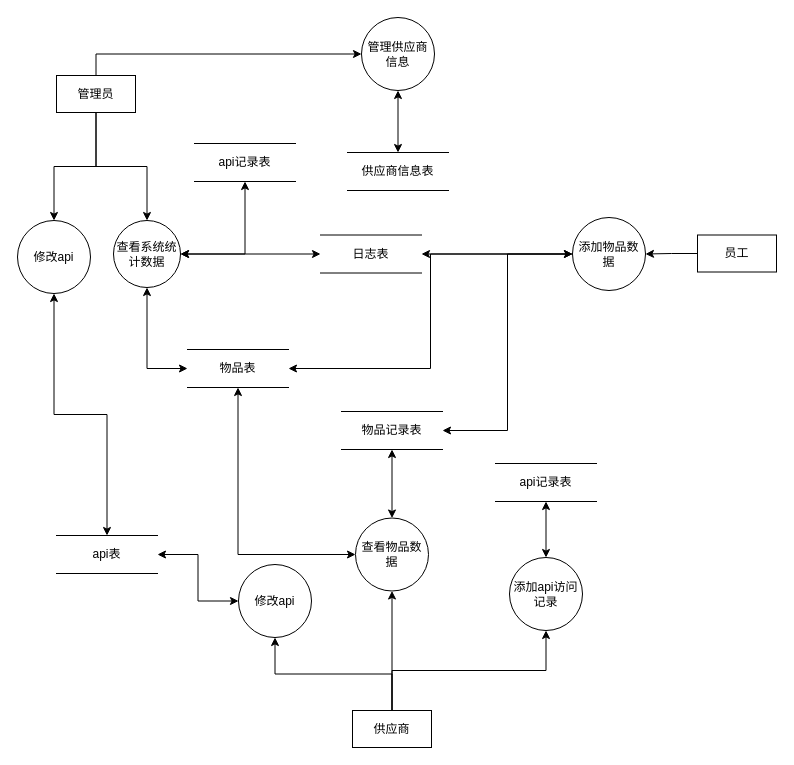
kehaha-5/drawio keeps this draw.io diagram as save/系统数据流图.drawio. Above is the earlier version. Source tidied: cells renumbered, new cells numbered last; positions are measured from the earlier drawing's top-left corner, leaving out a move shared by most shapes. Both pictures are drawn from the tidied source at 100%, with x=0, y=0 at pixel (17, 17).
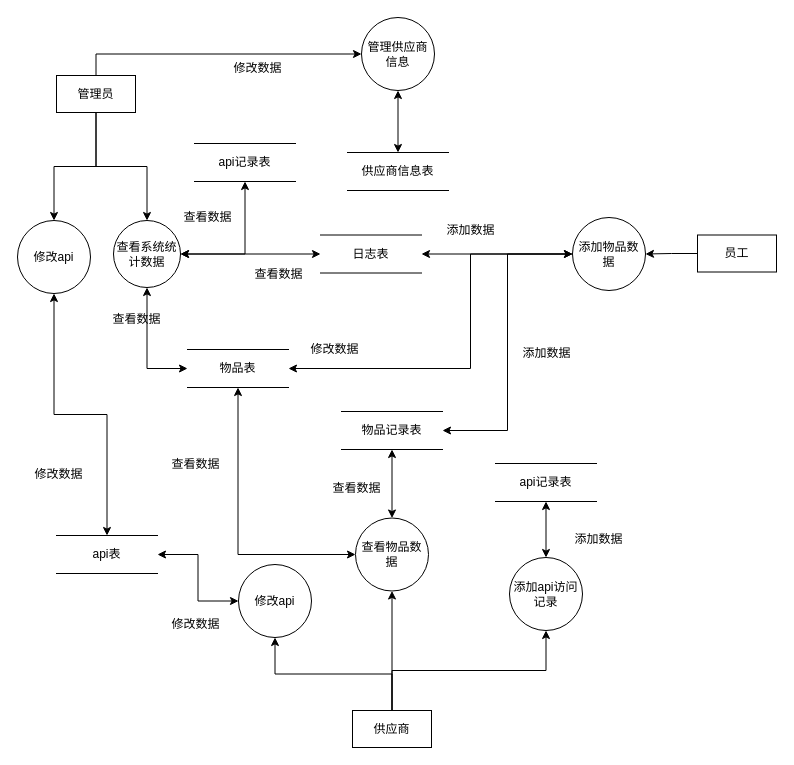
After the change.

Commit message (it also covers changes not shown here):
更新系统数据流图.drawio

Unchanged cells that the change refers to:
```xml
<mxCell id="12" value="物品表" style="shape=partialRectangle;whiteSpace=wrap;html=1;left=0;right=0;fillColor=none;" parent="1" vertex="1">
  <mxGeometry x="170" y="332" width="101" height="38" as="geometry" />
</mxCell>
<mxCell id="36" value="添加物品数据" style="ellipse;whiteSpace=wrap;html=1;" parent="1" vertex="1">
  <mxGeometry x="555" y="200" width="73" height="73" as="geometry" />
</mxCell>
```

Diff of the diagram source:
```diff
@@
     <mxCell id="35" style="edgeStyle=orthogonalEdgeStyle;rounded=0;jettySize=auto;html=1;entryX=1;entryY=0.5;entryDx=0;entryDy=0;endArrow=classic;endFill=1;startArrow=classic;startFill=1;" parent="1" edge="1" source="36" target="12">
-      <mxGeometry relative="1" as="geometry" />
+      <mxGeometry relative="1" as="geometry">
+        <Array as="points">
+          <mxPoint x="453" y="236" />
+          <mxPoint x="453" y="351" />
+        </Array>
+      </mxGeometry>
     </mxCell>
@@
+    <mxCell id="38" value="修改数据" style="text;html=1;align=center;verticalAlign=middle;strokeColor=none;fillColor=none;" parent="1" vertex="1">
+      <mxGeometry x="8" y="444" width="66" height="26" as="geometry" />
+    </mxCell>
+    <mxCell id="39" value="修改数据" style="text;html=1;align=center;verticalAlign=middle;strokeColor=none;fillColor=none;" parent="1" vertex="1">
+      <mxGeometry x="207" y="38" width="66" height="26" as="geometry" />
+    </mxCell>
+    <mxCell id="40" value="修改数据" style="text;html=1;align=center;verticalAlign=middle;strokeColor=none;fillColor=none;" parent="1" vertex="1">
+      <mxGeometry x="284" y="319" width="66" height="26" as="geometry" />
+    </mxCell>
+    <mxCell id="41" value="查看数据" style="text;html=1;align=center;verticalAlign=middle;strokeColor=none;fillColor=none;" parent="1" vertex="1">
+      <mxGeometry x="86" y="289" width="66" height="26" as="geometry" />
+    </mxCell>
+    <mxCell id="42" value="查看数据" style="text;html=1;align=center;verticalAlign=middle;strokeColor=none;fillColor=none;" parent="1" vertex="1">
+      <mxGeometry x="145" y="434" width="66" height="26" as="geometry" />
+    </mxCell>
+    <mxCell id="43" value="查看数据" style="text;html=1;align=center;verticalAlign=middle;strokeColor=none;fillColor=none;" parent="1" vertex="1">
+      <mxGeometry x="157" y="187" width="66" height="26" as="geometry" />
+    </mxCell>
+    <mxCell id="44" value="查看数据" style="text;html=1;align=center;verticalAlign=middle;strokeColor=none;fillColor=none;" parent="1" vertex="1">
+      <mxGeometry x="228" y="244" width="66" height="26" as="geometry" />
+    </mxCell>
+    <mxCell id="45" value="添加数据" style="text;html=1;align=center;verticalAlign=middle;strokeColor=none;fillColor=none;" parent="1" vertex="1">
+      <mxGeometry x="495.5" y="323" width="66" height="26" as="geometry" />
+    </mxCell>
+    <mxCell id="46" value="添加数据" style="text;html=1;align=center;verticalAlign=middle;strokeColor=none;fillColor=none;" parent="1" vertex="1">
+      <mxGeometry x="548" y="509" width="66" height="26" as="geometry" />
+    </mxCell>
+    <mxCell id="47" value="添加数据" style="text;html=1;align=center;verticalAlign=middle;strokeColor=none;fillColor=none;" parent="1" vertex="1">
+      <mxGeometry x="420" y="200" width="66" height="26" as="geometry" />
+    </mxCell>
+    <mxCell id="48" value="查看数据" style="text;html=1;align=center;verticalAlign=middle;strokeColor=none;fillColor=none;" parent="1" vertex="1">
+      <mxGeometry x="306" y="458" width="66" height="26" as="geometry" />
+    </mxCell>
+    <mxCell id="49" value="修改数据" style="text;html=1;align=center;verticalAlign=middle;strokeColor=none;fillColor=none;" parent="1" vertex="1">
+      <mxGeometry x="145" y="594" width="66" height="26" as="geometry" />
+    </mxCell>
```
